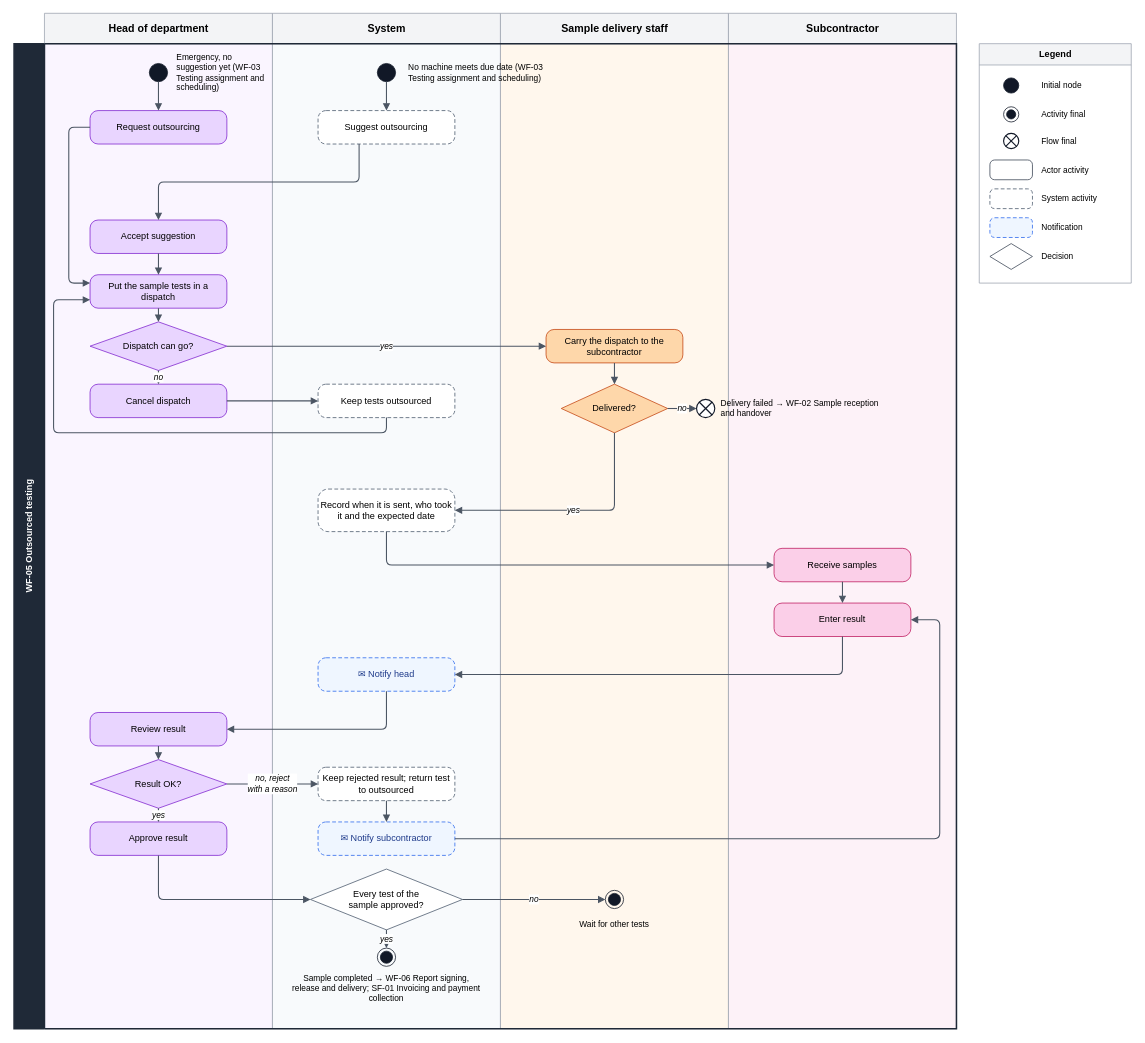
Earlier version of the draw.io diagram page "WF-05 Workflow" (1 of 2) of docs/reports/activity-diagram/final/Core flows/WF-05 Outsourced testing.drawio (SoltuneMontepre/medilab). Source tidied: cells renumbered, new cells numbered last; positions are measured from the earlier drawing's top-left corner, leaving out a move shared by most shapes. Both pictures are drawn from the tidied source at 76%, with x=0, y=0 at pixel (14, 13).
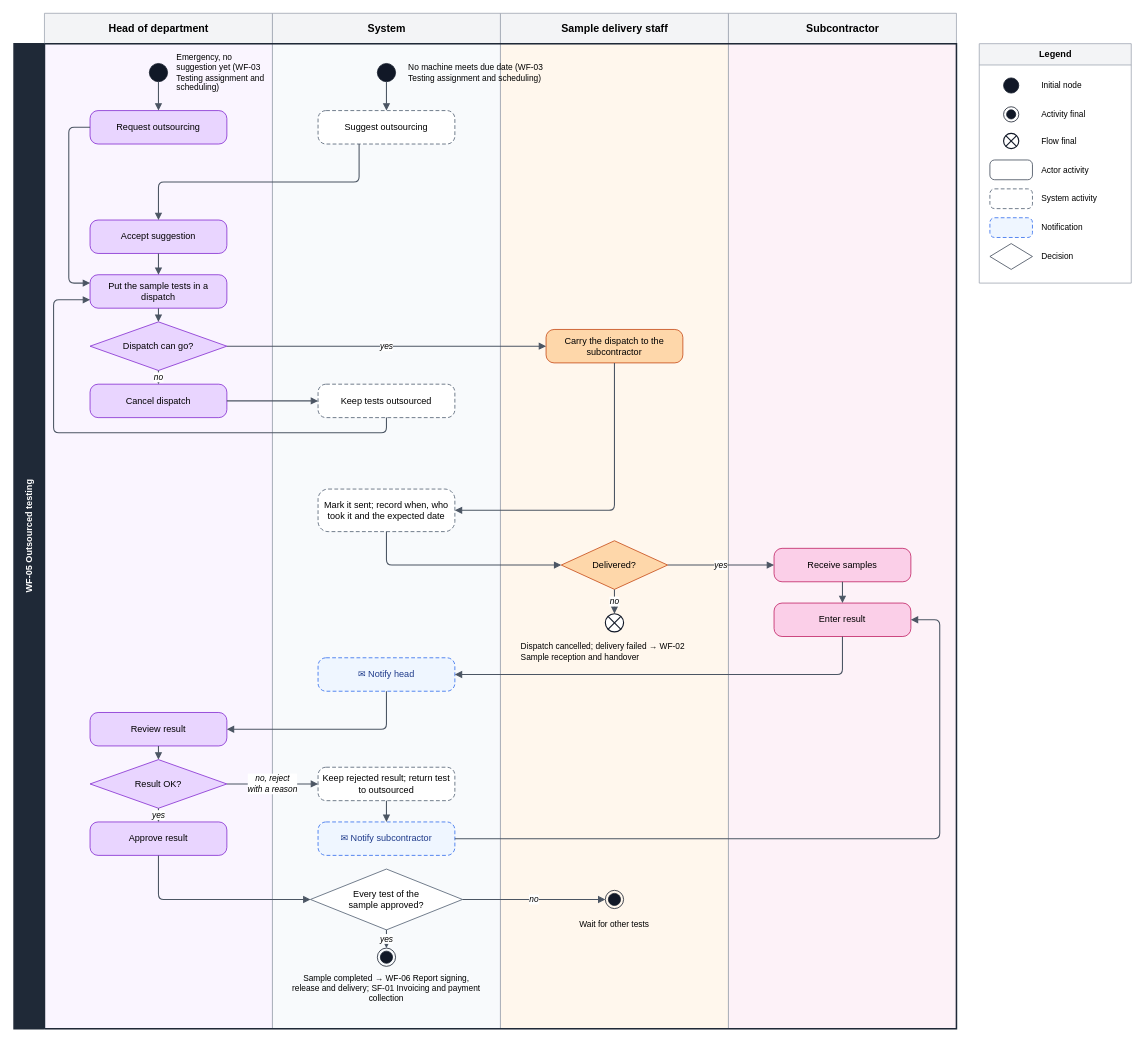
Above is the later version.

Commit message (it also covers changes not shown here):
[docs] Send a dispatch at handover, keep bookings when a plan revision is rejected and let a report rejection withdraw result approvals

The change refers to these unchanged cells:
```xml
<mxCell id="17" value="Carry the dispatch to the subcontractor" style="rounded=1;arcSize=24;whiteSpace=wrap;html=1;fontSize=12;fillColor=#FED7AA;strokeColor=#C2410C;" parent="1" vertex="1">
  <mxGeometry x="700" y="416" width="180" height="44" as="geometry" />
</mxCell>
<mxCell id="22" value="Receive samples" style="rounded=1;arcSize=24;whiteSpace=wrap;html=1;fontSize=12;fillColor=#FBCFE8;strokeColor=#BE185D;" parent="1" vertex="1">
  <mxGeometry x="1000" y="704" width="180" height="44" as="geometry" />
</mxCell>
```

Diff of the diagram source:
```diff
@@
-    <mxCell id="18" value="Record when it is sent, who took it and the expected date" style="rounded=1;arcSize=24;dashed=1;dashPattern=5 3;whiteSpace=wrap;html=1;fontSize=12;fillColor=#FFFFFF;strokeColor=#475569;" parent="1" vertex="1">
+    <mxCell id="18" value="Mark it sent; record when, who took it and the expected date" style="rounded=1;arcSize=24;dashed=1;dashPattern=5 3;whiteSpace=wrap;html=1;fontSize=12;fillColor=#FFFFFF;strokeColor=#475569;" parent="1" vertex="1">
       <mxGeometry x="400" y="626" width="180" height="56" as="geometry" />
     </mxCell>
     <mxCell id="19" value="Delivered?" style="rhombus;whiteSpace=wrap;html=1;fontSize=12;fillColor=#FED7AA;strokeColor=#C2410C;" parent="1" vertex="1">
-      <mxGeometry x="720" y="488" width="140" height="64" as="geometry" />
+      <mxGeometry x="720" y="694" width="140" height="64" as="geometry" />
     </mxCell>
     <mxCell id="20" style="shape=sumEllipse;perimeter=ellipsePerimeter;html=1;fillColor=#FFFFFF;strokeColor=#111827;strokeWidth=1.5;" parent="1" vertex="1">
-      <mxGeometry x="898" y="508" width="24" height="24" as="geometry" />
+      <mxGeometry x="778" y="790" width="24" height="24" as="geometry" />
     </mxCell>
-    <mxCell id="21" value="Delivery failed → WF-02 Sample reception and handover" style="text;html=1;whiteSpace=wrap;fontSize=11;verticalAlign=middle;align=left;" parent="1" vertex="1">
-      <mxGeometry x="928" y="500" width="230" height="40" as="geometry" />
+    <mxCell id="21" value="Dispatch cancelled; delivery failed → WF-02 Sample reception and handover" style="text;html=1;whiteSpace=wrap;fontSize=11;verticalAlign=middle;align=left;" parent="1" vertex="1">
+      <mxGeometry x="665" y="820" width="250" height="40" as="geometry" />
     </mxCell>
@@
-    <mxCell id="41" value="yes" style="edgeStyle=orthogonalEdgeStyle;rounded=1;arcSize=14;strokeColor=#4B5563;strokeWidth=1.4;endArrow=block;endFill=1;endSize=6;fontSize=11;fontStyle=2;labelBackgroundColor=#ffffff;jumpStyle=arc;jumpSize=8;html=1;exitX=0.5;exitY=1;exitDx=0;exitDy=0;entryX=1;entryY=0.5;entryDx=0;entryDy=0;" parent="1" edge="1" source="19" target="18">
-      <mxGeometry relative="1" as="geometry">
-        <Array as="points">
-          <mxPoint x="790" y="654" />
-        </Array>
-      </mxGeometry>
+    <mxCell id="41" value="yes" style="edgeStyle=orthogonalEdgeStyle;rounded=1;arcSize=14;strokeColor=#4B5563;strokeWidth=1.4;endArrow=block;endFill=1;endSize=6;fontSize=11;fontStyle=2;labelBackgroundColor=#ffffff;jumpStyle=arc;jumpSize=8;html=1;exitX=1;exitY=0.5;exitDx=0;exitDy=0;entryX=0;entryY=0.5;entryDx=0;entryDy=0;" parent="1" edge="1" source="19" target="22">
+      <mxGeometry relative="1" as="geometry" />
     </mxCell>
@@
-    <mxCell id="54" style="edgeStyle=orthogonalEdgeStyle;rounded=1;arcSize=14;strokeColor=#4B5563;strokeWidth=1.4;endArrow=block;endFill=1;endSize=6;fontSize=11;fontStyle=2;labelBackgroundColor=#ffffff;jumpStyle=arc;jumpSize=8;html=1;exitX=0.5;exitY=1;exitDx=0;exitDy=0;entryX=0;entryY=0.5;entryDx=0;entryDy=0;" parent="1" edge="1" source="18" target="22">
+    <mxCell id="54" style="edgeStyle=orthogonalEdgeStyle;rounded=1;arcSize=14;strokeColor=#4B5563;strokeWidth=1.4;endArrow=block;endFill=1;endSize=6;fontSize=11;fontStyle=2;labelBackgroundColor=#ffffff;jumpStyle=arc;jumpSize=8;html=1;exitX=0.5;exitY=1;exitDx=0;exitDy=0;entryX=0;entryY=0.5;entryDx=0;entryDy=0;" parent="1" edge="1" source="18" target="19">
       <mxGeometry relative="1" as="geometry">
         <Array as="points">
           <mxPoint x="490" y="726" />
         </Array>
       </mxGeometry>
     </mxCell>
@@
-    <mxCell id="58" style="edgeStyle=orthogonalEdgeStyle;rounded=1;arcSize=14;strokeColor=#4B5563;strokeWidth=1.4;endArrow=block;endFill=1;endSize=6;fontSize=11;fontStyle=2;labelBackgroundColor=#ffffff;jumpStyle=arc;jumpSize=8;html=1;exitX=0.5;exitY=1;exitDx=0;exitDy=0;entryX=0.5;entryY=0;entryDx=0;entryDy=0;" parent="1" edge="1" source="17" target="19">
-      <mxGeometry relative="1" as="geometry" />
+    <mxCell id="58" style="edgeStyle=orthogonalEdgeStyle;rounded=1;arcSize=14;strokeColor=#4B5563;strokeWidth=1.4;endArrow=block;endFill=1;endSize=6;fontSize=11;fontStyle=2;labelBackgroundColor=#ffffff;jumpStyle=arc;jumpSize=8;html=1;exitX=0.5;exitY=1;exitDx=0;exitDy=0;entryX=1;entryY=0.5;entryDx=0;entryDy=0;" parent="1" edge="1" source="17" target="18">
+      <mxGeometry relative="1" as="geometry">
+        <Array as="points">
+          <mxPoint x="790" y="654" />
+        </Array>
+      </mxGeometry>
     </mxCell>
-    <mxCell id="59" value="no" style="edgeStyle=orthogonalEdgeStyle;rounded=1;arcSize=14;strokeColor=#4B5563;strokeWidth=1.4;endArrow=block;endFill=1;endSize=6;fontSize=11;fontStyle=2;labelBackgroundColor=#ffffff;jumpStyle=arc;jumpSize=8;html=1;exitX=1;exitY=0.5;exitDx=0;exitDy=0;entryX=0;entryY=0.5;entryDx=0;entryDy=0;" parent="1" edge="1" source="19" target="20">
+    <mxCell id="59" value="no" style="edgeStyle=orthogonalEdgeStyle;rounded=1;arcSize=14;strokeColor=#4B5563;strokeWidth=1.4;endArrow=block;endFill=1;endSize=6;fontSize=11;fontStyle=2;labelBackgroundColor=#ffffff;jumpStyle=arc;jumpSize=8;html=1;exitX=0.5;exitY=1;exitDx=0;exitDy=0;entryX=0.5;entryY=0;entryDx=0;entryDy=0;" parent="1" edge="1" source="19" target="20">
       <mxGeometry relative="1" as="geometry" />
     </mxCell>
```
